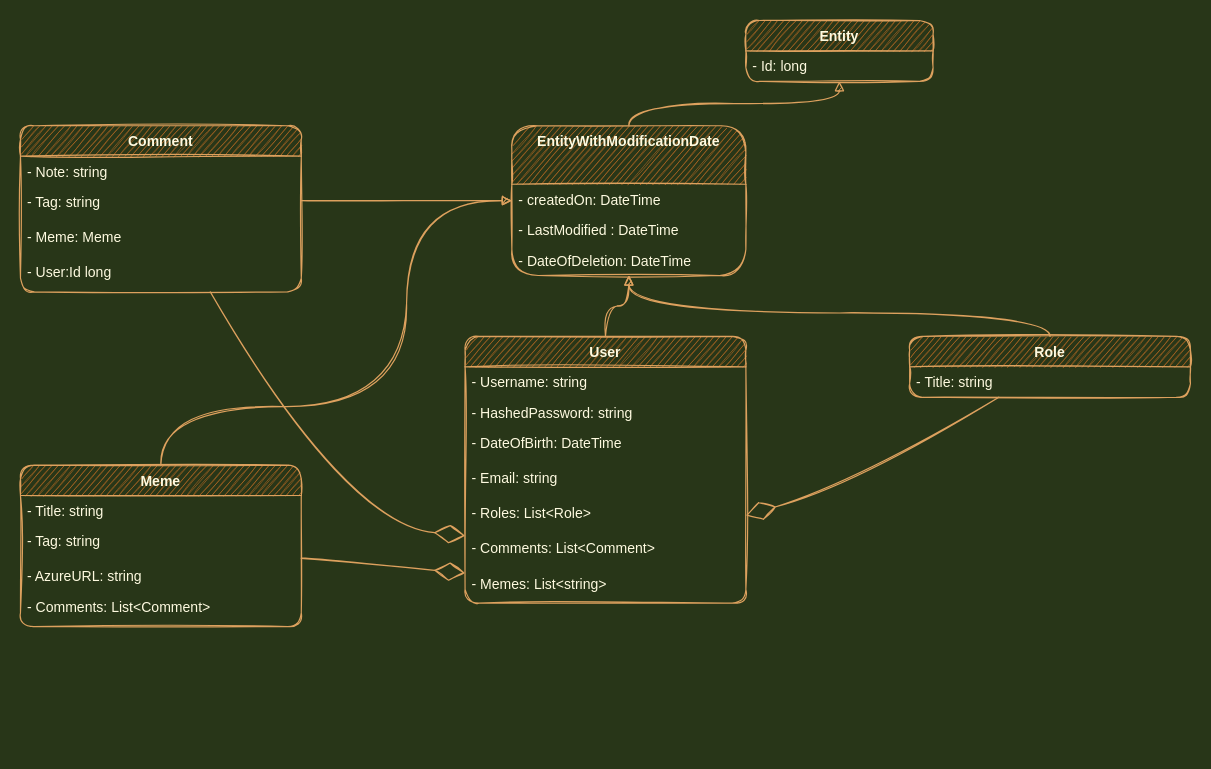
The draw.io diagram petProject.drawio in Sairieth/MemeIt, before the edit. Source tidied: cells renumbered, new cells numbered last; positions are measured from the earlier drawing's top-left corner, leaving out a move shared by most shapes. Both pictures are drawn from the tidied source at 117%, with x=0, y=0 at pixel (20, 20).
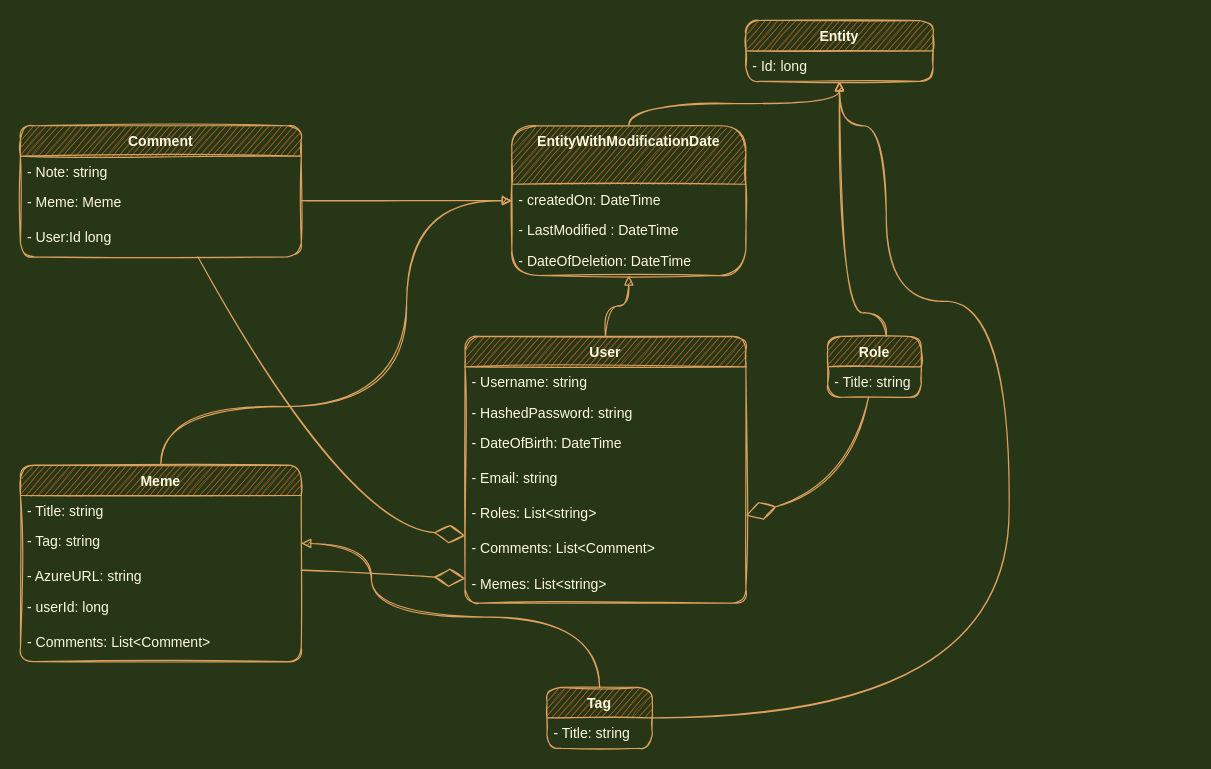
After the change.

The change refers to these unchanged cells:
```xml
<mxCell id="2" value="User" style="swimlane;fontStyle=1;align=center;verticalAlign=top;horizontal=1;startSize=26;rounded=1;fontColor=#FEFAE0;strokeColor=#DDA15E;fillColor=#BC6C25;sketch=1;" parent="1" vertex="1">
  <mxGeometry x="380" y="270" width="240" height="228" as="geometry" />
</mxCell>
<mxCell id="12" value="- Tag: string" style="text;strokeColor=none;fillColor=none;align=left;verticalAlign=top;spacingLeft=4;spacingRight=4;overflow=hidden;points=[[0,0.5],[1,0.5]];portConstraint=eastwest;rounded=1;fontColor=#FEFAE0;sketch=1;" parent="10" vertex="1">
  <mxGeometry y="52" width="240" height="30" as="geometry" />
</mxCell>
<mxCell id="23" value="EntityWithModificationDate" style="swimlane;fontStyle=1;align=center;verticalAlign=top;horizontal=1;startSize=50;fillColor=#BC6C25;strokeColor=#DDA15E;fontColor=#FEFAE0;sketch=1;rounded=1;" parent="1" vertex="1">
  <mxGeometry x="420" y="90" width="200" height="128" as="geometry" />
</mxCell>
<mxCell id="27" value="Entity" style="swimlane;fontStyle=1;align=center;verticalAlign=top;horizontal=1;startSize=26;rounded=1;sketch=1;fontColor=#FEFAE0;strokeColor=#DDA15E;fillColor=#BC6C25;" parent="1" vertex="1">
  <mxGeometry x="620" width="160" height="52" as="geometry" />
</mxCell>
```

What changed in the source:
```diff
@@
-    <mxCell id="7" value="- Roles: List&lt;Role&gt;" style="text;strokeColor=none;fillColor=none;align=left;verticalAlign=top;spacingLeft=4;spacingRight=4;overflow=hidden;points=[[0,0.5],[1,0.5]];portConstraint=eastwest;rounded=1;fontColor=#FEFAE0;sketch=1;" parent="2" vertex="1">
+    <mxCell id="7" value="- Roles: List&lt;string&gt;" style="text;strokeColor=none;fillColor=none;align=left;verticalAlign=top;spacingLeft=4;spacingRight=4;overflow=hidden;points=[[0,0.5],[1,0.5]];portConstraint=eastwest;rounded=1;fontColor=#FEFAE0;sketch=1;" parent="2" vertex="1">
       <mxGeometry y="138" width="240" height="30" as="geometry" />
     </mxCell>
@@
     <mxCell id="10" value="Meme" style="swimlane;fontStyle=1;align=center;verticalAlign=top;horizontal=1;startSize=26;rounded=1;fontColor=#FEFAE0;strokeColor=#DDA15E;fillColor=#BC6C25;sketch=1;" parent="1" vertex="1">
-      <mxGeometry y="380" width="240" height="138" as="geometry" />
+      <mxGeometry y="380" width="240" height="168" as="geometry" />
     </mxCell>
@@
+    <mxCell id="38" value="- userId: long" style="text;strokeColor=none;fillColor=none;align=left;verticalAlign=top;spacingLeft=4;spacingRight=4;overflow=hidden;rounded=1;fontColor=#FEFAE0;sketch=1;" parent="10" vertex="1">
+      <mxGeometry y="108" width="240" height="30" as="geometry" />
+    </mxCell>
     <mxCell id="14" value="- Comments: List&lt;Comment&gt;" style="text;strokeColor=none;fillColor=none;align=left;verticalAlign=top;spacingLeft=4;spacingRight=4;overflow=hidden;rounded=1;fontColor=#FEFAE0;sketch=1;" parent="10" vertex="1">
-      <mxGeometry y="108" width="240" height="30" as="geometry" />
+      <mxGeometry y="138" width="240" height="30" as="geometry" />
     </mxCell>
     <mxCell id="15" value="Comment" style="swimlane;fontStyle=1;align=center;verticalAlign=top;horizontal=1;startSize=26;rounded=1;fontColor=#FEFAE0;strokeColor=#DDA15E;fillColor=#BC6C25;sketch=1;" parent="1" vertex="1">
-      <mxGeometry y="90" width="240" height="142" as="geometry" />
+      <mxGeometry y="90" width="240" height="112" as="geometry" />
     </mxCell>
@@
-    <mxCell id="17" value="- Tag: string" style="text;strokeColor=none;fillColor=none;align=left;verticalAlign=top;spacingLeft=4;spacingRight=4;overflow=hidden;rounded=1;fontColor=#FEFAE0;sketch=1;" parent="15" vertex="1">
-      <mxGeometry y="52" width="240" height="30" as="geometry" />
-    </mxCell>
     <mxCell id="18" value="- Meme: Meme" style="text;strokeColor=none;fillColor=none;align=left;verticalAlign=top;spacingLeft=4;spacingRight=4;overflow=hidden;rounded=1;fontColor=#FEFAE0;sketch=1;" parent="15" vertex="1">
-      <mxGeometry y="82" width="240" height="30" as="geometry" />
+      <mxGeometry y="52" width="240" height="30" as="geometry" />
     </mxCell>
     <mxCell id="19" value="- User:Id long" style="text;strokeColor=none;fillColor=none;align=left;verticalAlign=top;spacingLeft=4;spacingRight=4;overflow=hidden;rounded=1;fontColor=#FEFAE0;sketch=1;" parent="15" vertex="1">
-      <mxGeometry y="112" width="240" height="30" as="geometry" />
+      <mxGeometry y="82" width="240" height="30" as="geometry" />
     </mxCell>
     <mxCell id="20" value="Role" style="swimlane;fontStyle=1;align=center;verticalAlign=top;horizontal=1;startSize=26;rounded=1;fontColor=#FEFAE0;strokeColor=#DDA15E;fillColor=#BC6C25;sketch=1;" parent="1" vertex="1">
-      <mxGeometry x="760" y="270" width="240" height="52" as="geometry" />
+      <mxGeometry x="690" y="270" width="80" height="52" as="geometry" />
     </mxCell>
     <mxCell id="21" value="- Title: string" style="text;strokeColor=none;fillColor=none;align=left;verticalAlign=top;spacingLeft=4;spacingRight=4;overflow=hidden;rounded=1;fontColor=#FEFAE0;sketch=1;" parent="20" vertex="1">
-      <mxGeometry y="26" width="240" height="26" as="geometry" />
+      <mxGeometry y="26" width="80" height="26" as="geometry" />
     </mxCell>
@@
-    <mxCell id="29" style="endArrow=block;endFill=1;html=1;edgeStyle=orthogonalEdgeStyle;align=left;verticalAlign=top;rounded=1;fontColor=#FEFAE0;strokeColor=#DDA15E;fillColor=#BC6C25;sketch=1;curved=1;" parent="1" edge="1" source="20" target="23">
+    <mxCell id="29" style="endArrow=block;endFill=1;html=1;edgeStyle=orthogonalEdgeStyle;align=left;verticalAlign=top;rounded=1;fontColor=#FEFAE0;strokeColor=#DDA15E;fillColor=#BC6C25;sketch=1;curved=1;" parent="1" edge="1" source="20" target="27">
       <mxGeometry x="-1" relative="1" as="geometry">
         <Array as="points">
-          <mxPoint x="880" y="250" />
-          <mxPoint x="520" y="250" />
+          <mxPoint x="740" y="250" />
+          <mxPoint x="700" y="250" />
         </Array>
       </mxGeometry>
     </mxCell>
@@
+    <mxCell id="39" value="Tag" style="swimlane;fontStyle=1;align=center;verticalAlign=top;horizontal=1;startSize=26;rounded=1;fontColor=#FEFAE0;strokeColor=#DDA15E;fillColor=#BC6C25;sketch=1;" parent="1" vertex="1">
+      <mxGeometry x="450" y="570" width="90" height="52" as="geometry" />
+    </mxCell>
+    <mxCell id="40" value="- Title: string" style="text;strokeColor=none;fillColor=none;align=left;verticalAlign=top;spacingLeft=4;spacingRight=4;overflow=hidden;rounded=1;fontColor=#FEFAE0;sketch=1;" parent="39" vertex="1">
+      <mxGeometry y="26" width="90" height="26" as="geometry" />
+    </mxCell>
+    <mxCell id="41" style="endArrow=block;endFill=1;html=1;edgeStyle=orthogonalEdgeStyle;align=left;verticalAlign=top;rounded=1;fontColor=#FEFAE0;strokeColor=#DDA15E;fillColor=#BC6C25;sketch=1;curved=1;" parent="1" edge="1" source="39" target="27">
+      <mxGeometry x="-1" relative="1" as="geometry">
+        <Array as="points">
+          <mxPoint x="845" y="240" />
+          <mxPoint x="740" y="240" />
+          <mxPoint x="740" y="90" />
+          <mxPoint x="700" y="90" />
+        </Array>
+      </mxGeometry>
+    </mxCell>
+    <mxCell id="42" style="endArrow=block;endFill=1;html=1;edgeStyle=orthogonalEdgeStyle;align=left;verticalAlign=top;rounded=1;fontColor=#FEFAE0;strokeColor=#DDA15E;fillColor=#BC6C25;sketch=1;curved=1;" parent="1" edge="1" source="39" target="12">
+      <mxGeometry x="-1" relative="1" as="geometry">
+        <Array as="points">
+          <mxPoint x="495" y="510" />
+          <mxPoint x="300" y="510" />
+          <mxPoint x="300" y="447" />
+        </Array>
+      </mxGeometry>
+    </mxCell>
```
